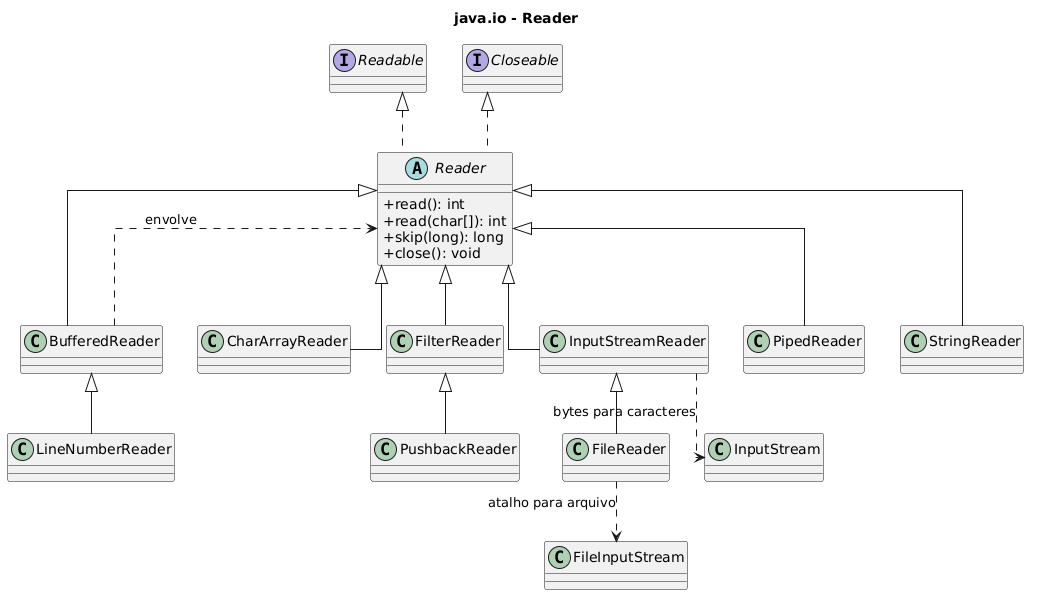
Before: subjects/poo/images/12-file-classes-java.io-Reader.png, a diagram exported from PlantUML (fabriciosantana/idp-marp-slides). Source of this version:
```plantuml
@startuml
title java.io - Reader

skinparam classAttributeIconSize 0
skinparam linetype ortho

interface Readable
interface Closeable

abstract class Reader {
  +read(): int
  +read(char[]): int
  +skip(long): long
  +close(): void
}

class BufferedReader
class CharArrayReader
class FilterReader
class InputStreamReader
class FileReader
class PipedReader
class StringReader
class PushbackReader
class LineNumberReader

Readable <|.. Reader
Closeable <|.. Reader

Reader <|-- BufferedReader
Reader <|-- CharArrayReader
Reader <|-- FilterReader
Reader <|-- InputStreamReader
Reader <|-- PipedReader
Reader <|-- StringReader

InputStreamReader <|-- FileReader
FilterReader <|-- PushbackReader
BufferedReader <|-- LineNumberReader

BufferedReader ..> Reader : envolve
InputStreamReader ..> InputStream : bytes para caracteres
FileReader ..> FileInputStream : atalho para arquivo

@enduml
```
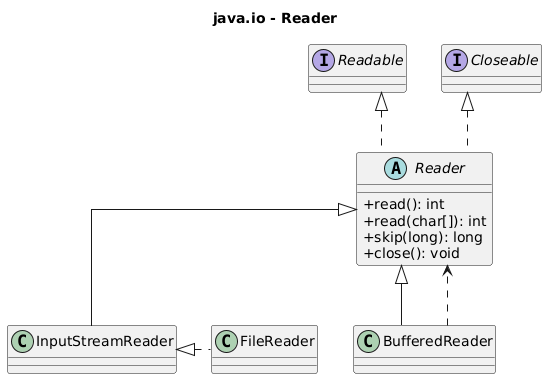
After the commit.

Commit message:
writer e reader

What changed in the source:
```diff
@@ -15,31 +15,17 @@
 }
 
 class BufferedReader
-class CharArrayReader
-class FilterReader
 class InputStreamReader
 class FileReader
-class PipedReader
-class StringReader
-class PushbackReader
-class LineNumberReader
 
 Readable <|.. Reader
 Closeable <|.. Reader
 
 Reader <|-- BufferedReader
-Reader <|-- CharArrayReader
-Reader <|-- FilterReader
 Reader <|-- InputStreamReader
-Reader <|-- PipedReader
-Reader <|-- StringReader
 
-InputStreamReader <|-- FileReader
-FilterReader <|-- PushbackReader
-BufferedReader <|-- LineNumberReader
+InputStreamReader <|.right. FileReader
 
-BufferedReader ..> Reader : envolve
-InputStreamReader ..> InputStream : bytes para caracteres
-FileReader ..> FileInputStream : atalho para arquivo
+BufferedReader ..> Reader
 
 @enduml
```
